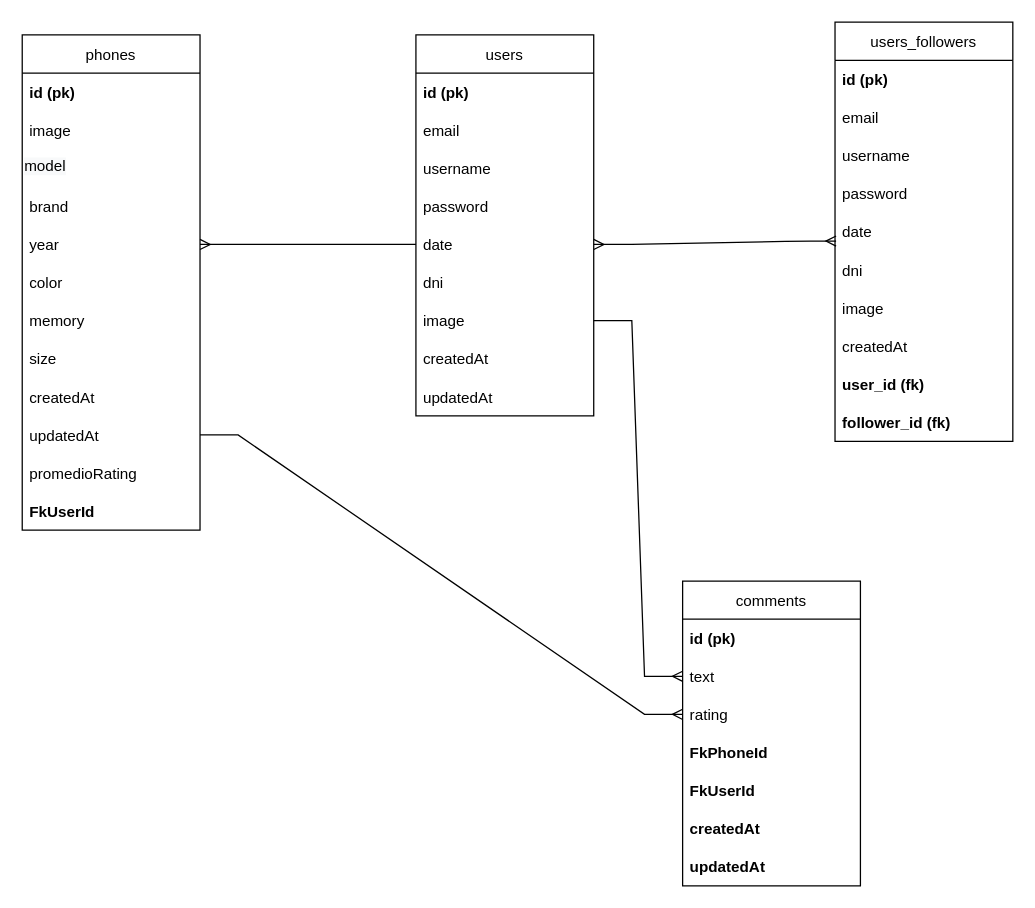
Above: Prog2-G3/database/der/Untitled.drawio in martinquijano5/Prog-2-G3 (draw.io), before the change. Source tidied: cells renumbered, new cells numbered last; positions are measured from the earlier drawing's top-left corner, leaving out a move shared by most shapes. Both pictures are drawn from the tidied source at 127%, with x=0, y=0 at pixel (22, 22).
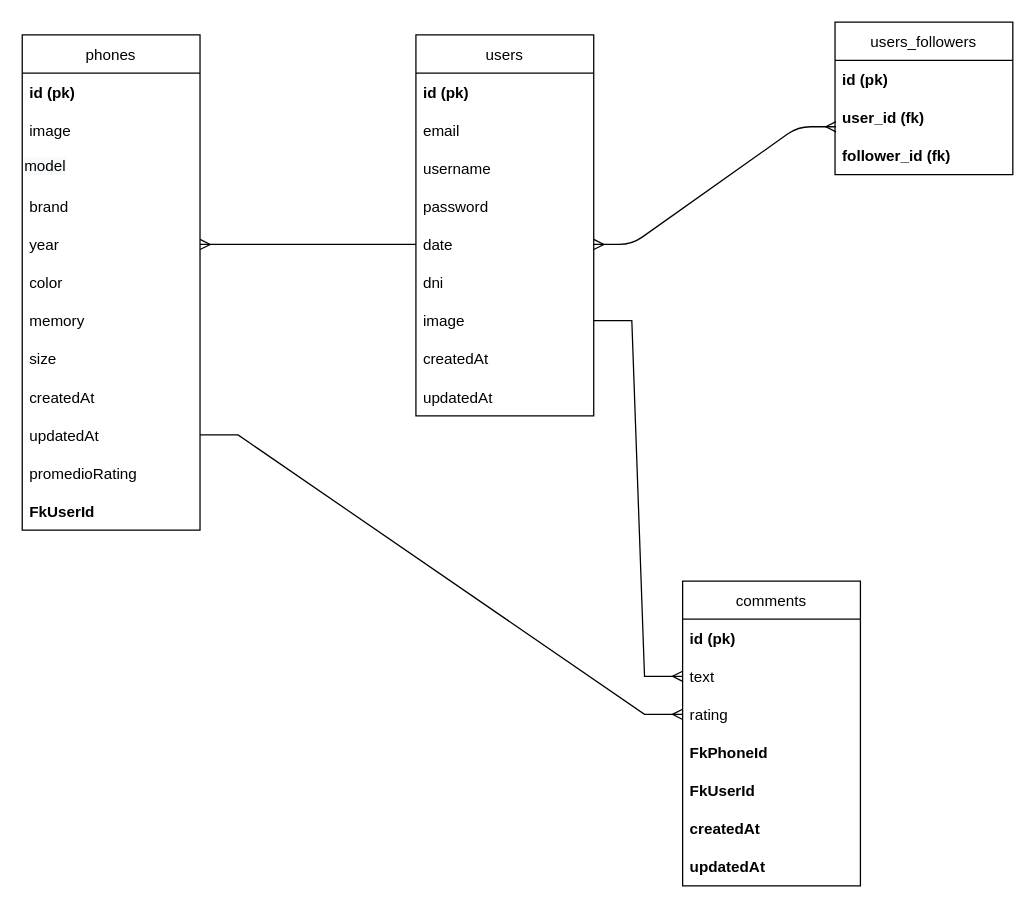
The same page after the edit.

Unchanged cells that the change refers to:
```xml
<mxCell id="20" value="date" style="text;strokeColor=none;fillColor=none;align=left;verticalAlign=middle;spacingLeft=4;spacingRight=4;overflow=hidden;points=[[0,0.5],[1,0.5]];portConstraint=eastwest;" parent="15" vertex="1">
  <mxGeometry y="150" width="140" height="30" as="geometry" />
</mxCell>
```

The edit, as a diff of the source:
```diff
@@
     <mxCell id="34" value="users_followers" style="swimlane;fontStyle=0;horizontal=1;startSize=30;" parent="1" vertex="1">
-      <mxGeometry x="640" width="140" height="330" as="geometry" />
+      <mxGeometry x="640" width="140" height="120" as="geometry" />
     </mxCell>
@@
-    <mxCell id="36" value="email" style="text;strokeColor=none;fillColor=none;align=left;verticalAlign=middle;spacingLeft=4;spacingRight=4;overflow=hidden;" parent="34" vertex="1">
-      <mxGeometry y="60" width="140" height="30" as="geometry" />
-    </mxCell>
-    <mxCell id="37" value="username" style="text;strokeColor=none;fillColor=none;align=left;verticalAlign=middle;spacingLeft=4;spacingRight=4;overflow=hidden;" parent="34" vertex="1">
-      <mxGeometry y="90" width="140" height="30" as="geometry" />
-    </mxCell>
-    <mxCell id="38" value="password" style="text;strokeColor=none;fillColor=none;align=left;verticalAlign=middle;spacingLeft=4;spacingRight=4;overflow=hidden;" parent="34" vertex="1">
-      <mxGeometry y="120" width="140" height="30" as="geometry" />
-    </mxCell>
-    <mxCell id="39" value="date" style="text;strokeColor=none;fillColor=none;align=left;verticalAlign=middle;spacingLeft=4;spacingRight=4;overflow=hidden;points=[[0,0.5],[1,0.5]];portConstraint=eastwest;" parent="34" vertex="1">
-      <mxGeometry y="150" width="140" height="30" as="geometry" />
-    </mxCell>
-    <mxCell id="40" value="dni" style="text;strokeColor=none;fillColor=none;align=left;verticalAlign=middle;spacingLeft=4;spacingRight=4;overflow=hidden;" parent="34" vertex="1">
-      <mxGeometry y="180" width="140" height="30" as="geometry" />
-    </mxCell>
-    <mxCell id="41" value="image" style="text;strokeColor=none;fillColor=none;align=left;verticalAlign=middle;spacingLeft=4;spacingRight=4;overflow=hidden;" parent="34" vertex="1">
-      <mxGeometry y="210" width="140" height="30" as="geometry" />
-    </mxCell>
-    <mxCell id="42" value="createdAt" style="text;strokeColor=none;fillColor=none;align=left;verticalAlign=middle;spacingLeft=4;spacingRight=4;overflow=hidden;" parent="34" vertex="1">
-      <mxGeometry y="240" width="140" height="30" as="geometry" />
-    </mxCell>
     <mxCell id="43" value="user_id (fk)" style="text;strokeColor=none;fillColor=none;align=left;verticalAlign=middle;spacingLeft=4;spacingRight=4;overflow=hidden;fontStyle=1;" parent="34" vertex="1">
-      <mxGeometry y="270" width="140" height="30" as="geometry" />
+      <mxGeometry y="60" width="140" height="30" as="geometry" />
     </mxCell>
     <mxCell id="44" value="follower_id (fk)" style="text;strokeColor=none;fillColor=none;align=left;verticalAlign=middle;spacingLeft=4;spacingRight=4;overflow=hidden;fontStyle=1;" parent="34" vertex="1">
-      <mxGeometry y="300" width="140" height="30" as="geometry" />
+      <mxGeometry y="90" width="140" height="30" as="geometry" />
     </mxCell>
@@
-    <mxCell id="47" style="edgeStyle=entityRelationEdgeStyle;fontSize=12;html=1;endArrow=ERmany;startArrow=ERmany;exitX=1;exitY=0.5;exitDx=0;exitDy=0;entryX=0.006;entryY=0.744;entryDx=0;entryDy=0;entryPerimeter=0;" parent="1" edge="1" source="20" target="39">
-      <mxGeometry relative="1" as="geometry" />
+    <mxCell id="47" style="edgeStyle=entityRelationEdgeStyle;fontSize=12;html=1;endArrow=ERmany;startArrow=ERmany;exitX=1;exitY=0.5;exitDx=0;exitDy=0;entryX=0.006;entryY=0.744;entryDx=0;entryDy=0;entryPerimeter=0;" parent="1" edge="1" source="20">
+      <mxGeometry relative="1" as="geometry">
+        <mxPoint x="640.8" y="82.3" as="targetPoint" />
+      </mxGeometry>
     </mxCell>
```
